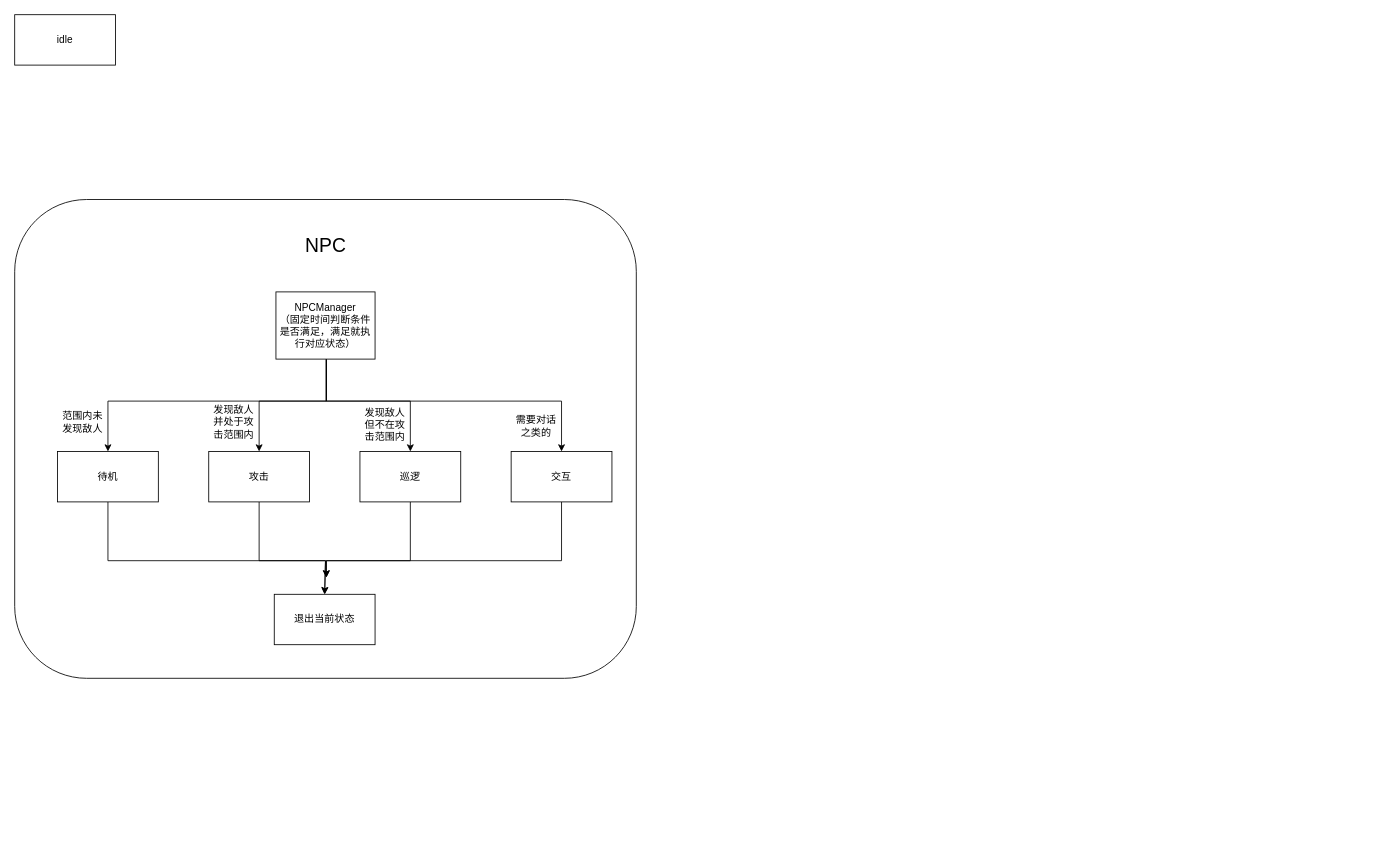
Before: 未命名绘图.drawio in zxl1062808664/Other, a draw.io diagram. Source tidied: cells renumbered, new cells numbered last; positions are measured from the earlier drawing's top-left corner, leaving out a move shared by most shapes. Both pictures are drawn from the tidied source at 84%, with x=0, y=0 at pixel (14, 14).
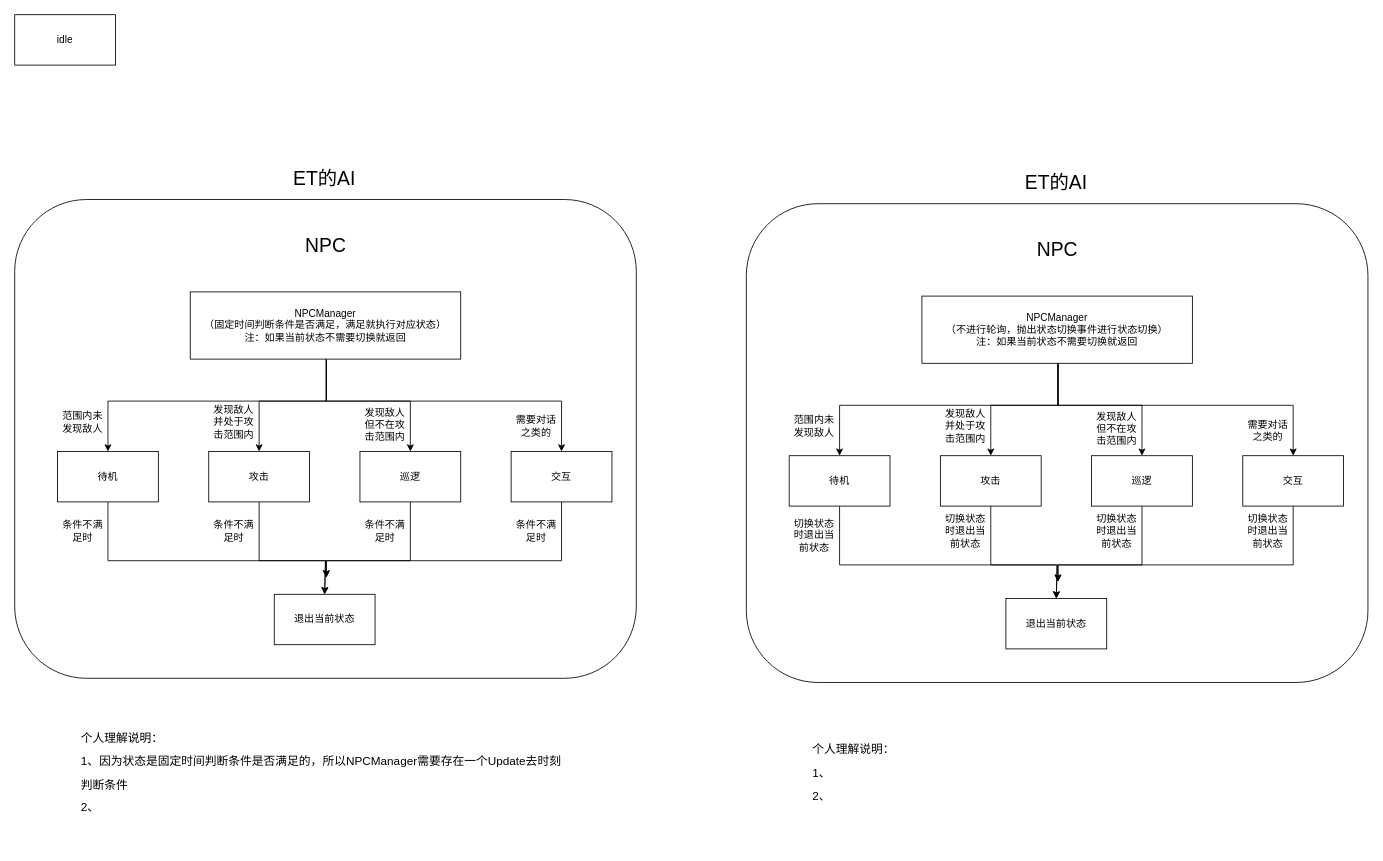
After the change.

Commit message:
更新AI设计思路.drawio

Change to the diagram source:
```diff
@@
-    <mxCell id="8" value="NPCManager&lt;br&gt;（固定时间判断条件是否满足，满足就执行对应状态）" style="rounded=0;whiteSpace=wrap;html=1;" parent="1" vertex="1">
-      <mxGeometry x="311" y="330" width="118" height="80" as="geometry" />
+    <mxCell id="8" value="NPCManager&lt;br&gt;（固定时间判断条件是否满足，满足就执行对应状态）&lt;br&gt;注：如果当前状态不需要切换就返回" style="rounded=0;whiteSpace=wrap;html=1;" parent="1" vertex="1">
+      <mxGeometry x="209" y="330" width="322" height="80" as="geometry" />
     </mxCell>
@@
+    <mxCell id="23" value="ET的AI" style="text;html=1;strokeColor=none;fillColor=none;align=center;verticalAlign=middle;whiteSpace=wrap;rounded=0;fontSize=23;" parent="1" vertex="1">
+      <mxGeometry x="307" y="180" width="124" height="30" as="geometry" />
+    </mxCell>
+    <mxCell id="24" value="&lt;div style=&quot;&quot;&gt;&lt;br&gt;&lt;/div&gt;" style="rounded=1;whiteSpace=wrap;html=1;align=center;" parent="1" vertex="1">
+      <mxGeometry x="871" y="225" width="740" height="570" as="geometry" />
+    </mxCell>
+    <mxCell id="25" style="edgeStyle=orthogonalEdgeStyle;rounded=0;jettySize=auto;html=1;entryX=0.5;entryY=0;entryDx=0;entryDy=0;" parent="1" edge="1" source="29" target="31">
+      <mxGeometry relative="1" as="geometry">
+        <Array as="points">
+          <mxPoint x="1242" y="465" />
+          <mxPoint x="982" y="465" />
+        </Array>
+      </mxGeometry>
+    </mxCell>
+    <mxCell id="26" style="edgeStyle=orthogonalEdgeStyle;rounded=0;jettySize=auto;html=1;entryX=0.5;entryY=0;entryDx=0;entryDy=0;" parent="1" edge="1" source="29" target="33">
+      <mxGeometry relative="1" as="geometry">
+        <Array as="points">
+          <mxPoint x="1242" y="465" />
+          <mxPoint x="1162" y="465" />
+        </Array>
+      </mxGeometry>
+    </mxCell>
+    <mxCell id="27" style="edgeStyle=orthogonalEdgeStyle;rounded=0;jettySize=auto;html=1;entryX=0.5;entryY=0;entryDx=0;entryDy=0;" parent="1" edge="1" source="29" target="35">
+      <mxGeometry relative="1" as="geometry">
+        <Array as="points">
+          <mxPoint x="1242" y="465" />
+          <mxPoint x="1342" y="465" />
+        </Array>
+      </mxGeometry>
+    </mxCell>
+    <mxCell id="28" style="edgeStyle=orthogonalEdgeStyle;rounded=0;jettySize=auto;html=1;entryX=0.5;entryY=0;entryDx=0;entryDy=0;" parent="1" edge="1" source="29" target="37">
+      <mxGeometry relative="1" as="geometry">
+        <Array as="points">
+          <mxPoint x="1242" y="465" />
+          <mxPoint x="1522" y="465" />
+        </Array>
+      </mxGeometry>
+    </mxCell>
+    <mxCell id="29" value="NPCManager&lt;br&gt;（不进行轮询，抛出状态切换事件进行状态切换）&lt;br&gt;注：如果当前状态不需要切换就返回" style="rounded=0;whiteSpace=wrap;html=1;" parent="1" vertex="1">
+      <mxGeometry x="1080" y="335" width="322" height="80" as="geometry" />
+    </mxCell>
+    <mxCell id="30" style="edgeStyle=orthogonalEdgeStyle;rounded=0;jettySize=auto;html=1;entryX=0.5;entryY=0;entryDx=0;entryDy=0;fontSize=23;" parent="1" edge="1" source="31" target="43">
+      <mxGeometry relative="1" as="geometry">
+        <Array as="points">
+          <mxPoint x="982" y="655" />
+          <mxPoint x="1241" y="655" />
+        </Array>
+      </mxGeometry>
+    </mxCell>
+    <mxCell id="31" value="待机" style="rounded=0;whiteSpace=wrap;html=1;" parent="1" vertex="1">
+      <mxGeometry x="922" y="525" width="120" height="60" as="geometry" />
+    </mxCell>
+    <mxCell id="32" style="edgeStyle=orthogonalEdgeStyle;rounded=0;jettySize=auto;html=1;entryX=0.5;entryY=0;entryDx=0;entryDy=0;fontSize=23;" parent="1" edge="1" source="33" target="43">
+      <mxGeometry relative="1" as="geometry">
+        <Array as="points">
+          <mxPoint x="1162" y="655" />
+          <mxPoint x="1241" y="655" />
+        </Array>
+      </mxGeometry>
+    </mxCell>
+    <mxCell id="33" value="攻击" style="rounded=0;whiteSpace=wrap;html=1;" parent="1" vertex="1">
+      <mxGeometry x="1102" y="525" width="120" height="60" as="geometry" />
+    </mxCell>
+    <mxCell id="34" style="edgeStyle=orthogonalEdgeStyle;rounded=0;jettySize=auto;html=1;fontSize=23;" parent="1" edge="1" source="35">
+      <mxGeometry relative="1" as="geometry">
+        <mxPoint x="1242" y="675" as="targetPoint" />
+        <Array as="points">
+          <mxPoint x="1342" y="655" />
+          <mxPoint x="1242" y="655" />
+        </Array>
+      </mxGeometry>
+    </mxCell>
+    <mxCell id="35" value="巡逻" style="rounded=0;whiteSpace=wrap;html=1;" parent="1" vertex="1">
+      <mxGeometry x="1282" y="525" width="120" height="60" as="geometry" />
+    </mxCell>
+    <mxCell id="36" style="edgeStyle=orthogonalEdgeStyle;rounded=0;jettySize=auto;html=1;fontSize=23;" parent="1" edge="1" source="37">
+      <mxGeometry relative="1" as="geometry">
+        <mxPoint x="1242" y="675" as="targetPoint" />
+        <Array as="points">
+          <mxPoint x="1522" y="655" />
+          <mxPoint x="1242" y="655" />
+        </Array>
+      </mxGeometry>
+    </mxCell>
+    <mxCell id="37" value="交互" style="rounded=0;whiteSpace=wrap;html=1;" parent="1" vertex="1">
+      <mxGeometry x="1462" y="525" width="120" height="60" as="geometry" />
+    </mxCell>
+    <mxCell id="38" value="范围内未发现敌人" style="text;html=1;strokeColor=none;fillColor=none;align=center;verticalAlign=middle;whiteSpace=wrap;rounded=0;" parent="1" vertex="1">
+      <mxGeometry x="922" y="475" width="60" height="30" as="geometry" />
+    </mxCell>
+    <mxCell id="39" value="发现敌人并处于攻击范围内" style="text;html=1;strokeColor=none;fillColor=none;align=center;verticalAlign=middle;whiteSpace=wrap;rounded=0;" parent="1" vertex="1">
+      <mxGeometry x="1102" y="470" width="60" height="40" as="geometry" />
+    </mxCell>
+    <mxCell id="40" value="发现敌人但不在攻击范围内" style="text;html=1;strokeColor=none;fillColor=none;align=center;verticalAlign=middle;whiteSpace=wrap;rounded=0;" parent="1" vertex="1">
+      <mxGeometry x="1282" y="470" width="60" height="45" as="geometry" />
+    </mxCell>
+    <mxCell id="41" value="需要对话之类的" style="text;html=1;strokeColor=none;fillColor=none;align=center;verticalAlign=middle;whiteSpace=wrap;rounded=0;" parent="1" vertex="1">
+      <mxGeometry x="1462" y="475" width="60" height="40" as="geometry" />
+    </mxCell>
+    <mxCell id="42" value="&lt;font style=&quot;font-size: 23px;&quot;&gt;NPC&lt;/font&gt;" style="text;html=1;strokeColor=none;fillColor=none;align=center;verticalAlign=middle;whiteSpace=wrap;rounded=0;" parent="1" vertex="1">
+      <mxGeometry x="1170.5" y="255" width="141" height="50" as="geometry" />
+    </mxCell>
+    <mxCell id="43" value="退出当前状态" style="rounded=0;whiteSpace=wrap;html=1;" parent="1" vertex="1">
+      <mxGeometry x="1180" y="695" width="120" height="60" as="geometry" />
+    </mxCell>
+    <mxCell id="44" value="ET的AI" style="text;html=1;strokeColor=none;fillColor=none;align=center;verticalAlign=middle;whiteSpace=wrap;rounded=0;fontSize=23;" parent="1" vertex="1">
+      <mxGeometry x="1178" y="185" width="124" height="30" as="geometry" />
+    </mxCell>
+    <mxCell id="45" value="&lt;font style=&quot;font-size: 14px;&quot;&gt;个人理解说明：&lt;br&gt;1、因为状态是固定时间判断条件是否满足的，所以NPCManager需要存在一个Update去时刻判断条件&lt;br&gt;2、&lt;br&gt;&lt;/font&gt;" style="text;html=1;strokeColor=none;fillColor=none;align=left;verticalAlign=middle;whiteSpace=wrap;rounded=0;fontSize=23;" parent="1" vertex="1">
+      <mxGeometry x="77" y="810" width="584" height="180" as="geometry" />
+    </mxCell>
+    <mxCell id="46" value="条件不满足时" style="text;html=1;strokeColor=none;fillColor=none;align=center;verticalAlign=middle;whiteSpace=wrap;rounded=0;" parent="1" vertex="1">
+      <mxGeometry x="51" y="600" width="60" height="30" as="geometry" />
+    </mxCell>
+    <mxCell id="47" value="条件不满足时" style="text;html=1;strokeColor=none;fillColor=none;align=center;verticalAlign=middle;whiteSpace=wrap;rounded=0;" parent="1" vertex="1">
+      <mxGeometry x="231" y="600" width="60" height="30" as="geometry" />
+    </mxCell>
+    <mxCell id="48" value="条件不满足时" style="text;html=1;strokeColor=none;fillColor=none;align=center;verticalAlign=middle;whiteSpace=wrap;rounded=0;" parent="1" vertex="1">
+      <mxGeometry x="411" y="600" width="60" height="30" as="geometry" />
+    </mxCell>
+    <mxCell id="49" value="条件不满足时" style="text;html=1;strokeColor=none;fillColor=none;align=center;verticalAlign=middle;whiteSpace=wrap;rounded=0;" parent="1" vertex="1">
+      <mxGeometry x="591" y="600" width="60" height="30" as="geometry" />
+    </mxCell>
+    <mxCell id="50" value="切换状态时退出当前状态" style="text;html=1;strokeColor=none;fillColor=none;align=center;verticalAlign=middle;whiteSpace=wrap;rounded=0;" parent="1" vertex="1">
+      <mxGeometry x="922" y="600" width="60" height="40" as="geometry" />
+    </mxCell>
+    <mxCell id="51" value="切换状态时退出当前状态" style="text;html=1;strokeColor=none;fillColor=none;align=center;verticalAlign=middle;whiteSpace=wrap;rounded=0;" parent="1" vertex="1">
+      <mxGeometry x="1102" y="595" width="60" height="40" as="geometry" />
+    </mxCell>
+    <mxCell id="52" value="切换状态时退出当前状态" style="text;html=1;strokeColor=none;fillColor=none;align=center;verticalAlign=middle;whiteSpace=wrap;rounded=0;" parent="1" vertex="1">
+      <mxGeometry x="1282" y="595" width="60" height="40" as="geometry" />
+    </mxCell>
+    <mxCell id="53" value="切换状态时退出当前状态" style="text;html=1;strokeColor=none;fillColor=none;align=center;verticalAlign=middle;whiteSpace=wrap;rounded=0;" parent="1" vertex="1">
+      <mxGeometry x="1462" y="595" width="60" height="40" as="geometry" />
+    </mxCell>
+    <mxCell id="54" value="&lt;font style=&quot;font-size: 14px;&quot;&gt;个人理解说明：&lt;br&gt;1、&lt;br&gt;2、&lt;br&gt;&lt;/font&gt;" style="text;html=1;strokeColor=none;fillColor=none;align=left;verticalAlign=middle;whiteSpace=wrap;rounded=0;fontSize=23;" parent="1" vertex="1">
+      <mxGeometry x="948" y="810" width="584" height="180" as="geometry" />
+    </mxCell>
```
